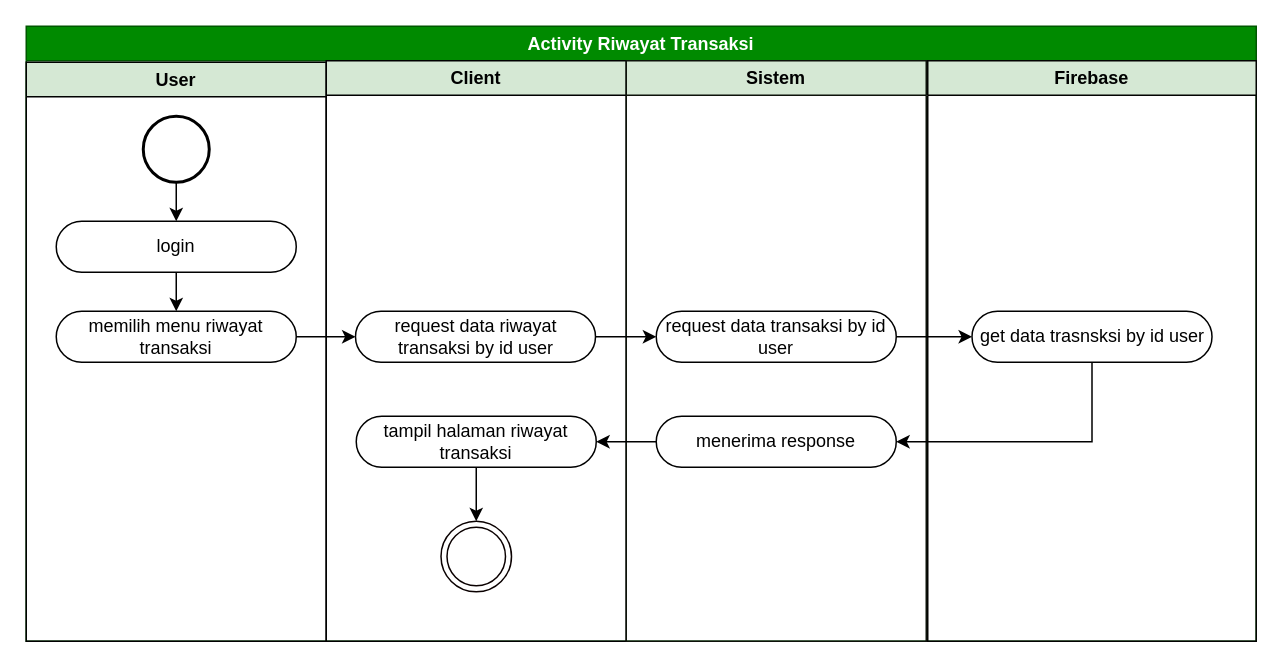
Above: page "activity riwayat transaksi" (35 of 43) of skrpsian.drawio in ThikerXCX/umltoko (draw.io), before the change. Source tidied: cells renumbered, new cells numbered last; positions are measured from the earlier drawing's top-left corner, leaving out a move shared by most shapes. Both pictures are drawn from the tidied source at 150%, with x=0, y=0 at pixel (26, 26).
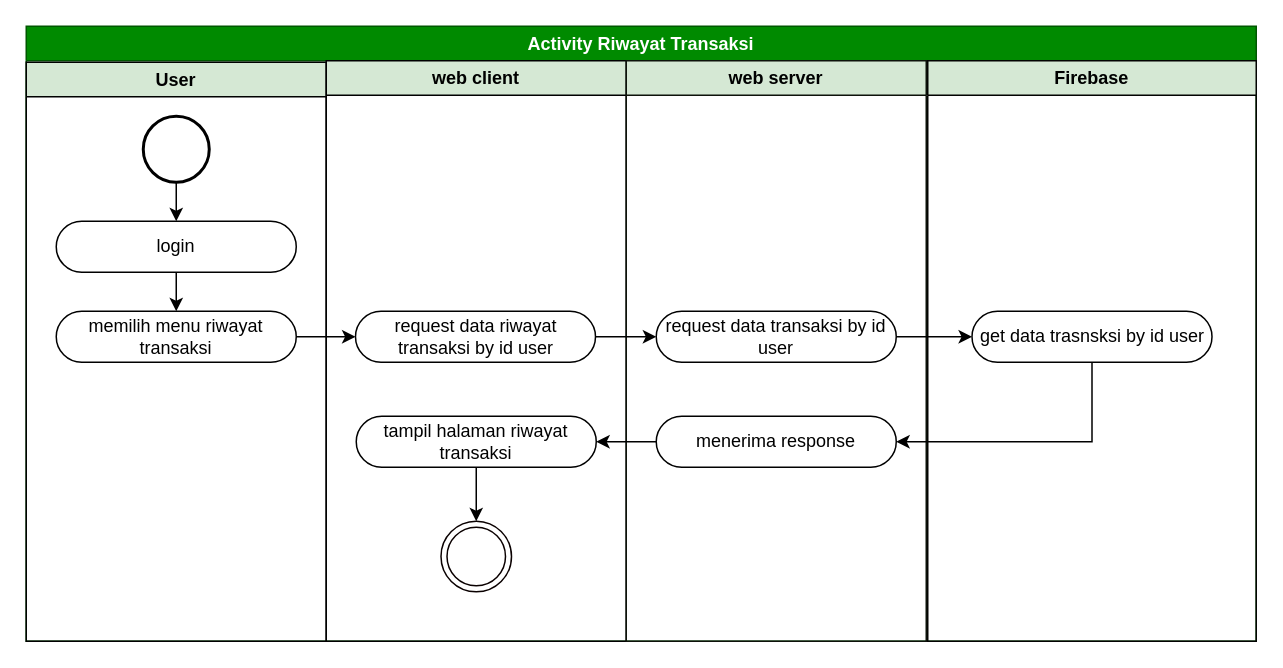
The same diagram, later.

Unchanged cells that the change refers to:
```xml
<mxCell id="2" value="Activity Riwayat Transaksi" style="swimlane;whiteSpace=wrap;html=1;fillColor=#008a00;strokeColor=#005700;fontColor=#ffffff;" parent="1" vertex="1">
  <mxGeometry width="820" height="410" as="geometry" />
</mxCell>
```

Change to the diagram source:
```diff
@@
-    <mxCell id="9" value="Client" style="swimlane;whiteSpace=wrap;html=1;fillColor=#d5e8d4;startSize=23;strokeColor=#000000;" parent="2" vertex="1">
+    <mxCell id="9" value="web client" style="swimlane;whiteSpace=wrap;html=1;fillColor=#d5e8d4;startSize=23;strokeColor=#000000;" parent="2" vertex="1">
       <mxGeometry x="200" y="23" width="200" height="387" as="geometry" />
     </mxCell>
@@
-    <mxCell id="24" value="Sistem" style="swimlane;whiteSpace=wrap;html=1;fillColor=#d5e8d4;startSize=23;strokeColor=#0D120A;" parent="2" vertex="1">
+    <mxCell id="24" value="web server" style="swimlane;whiteSpace=wrap;html=1;fillColor=#d5e8d4;startSize=23;strokeColor=#0D120A;" parent="2" vertex="1">
       <mxGeometry x="400" y="23" width="200" height="387" as="geometry" />
     </mxCell>
```
